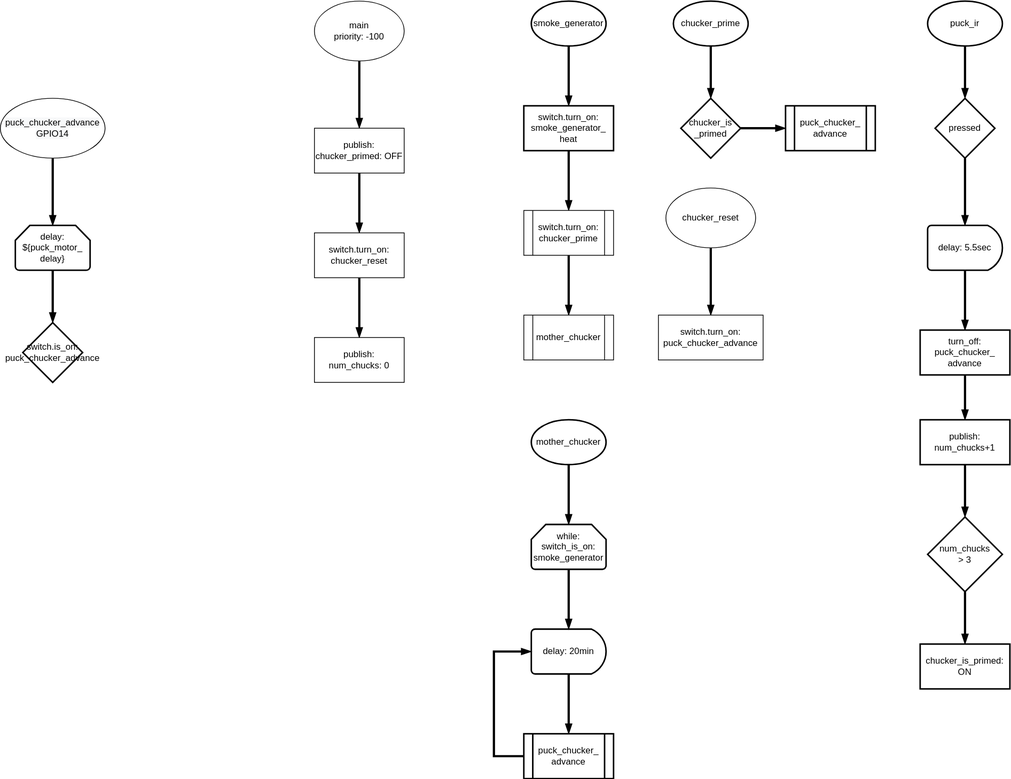
billchurch/smokemonster keeps this draw.io diagram as Bradley Smoker Controller Flow.svg. Above is the earlier version. Source tidied: cells renumbered, new cells last; positions are measured from the earlier drawing's top-left corner, leaving out a move shared by most shapes.
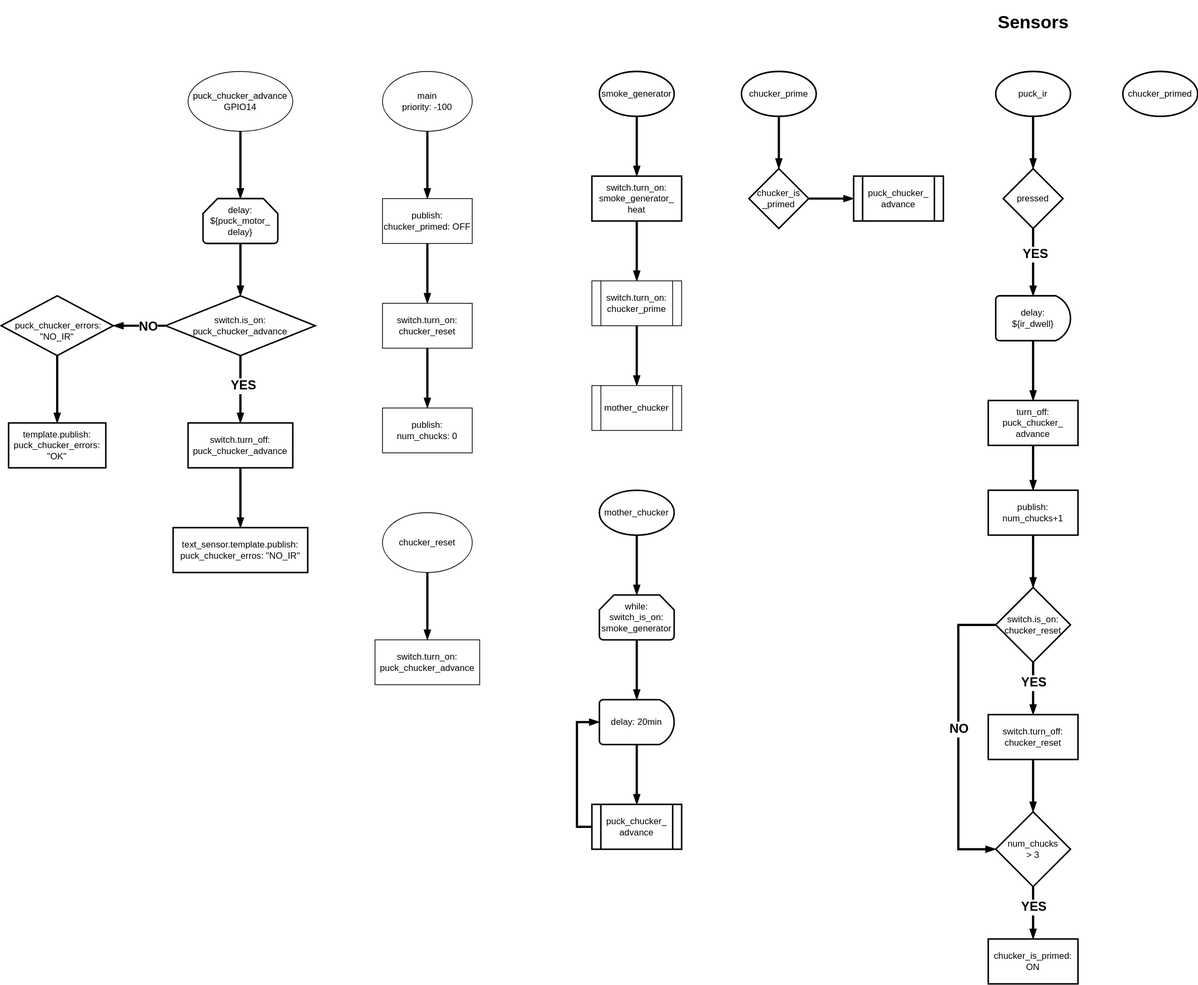
Above is the later version.

Diff of the diagram source:
```diff
@@ -26,13 +26,8 @@
     <mxCell id="9" value="delay: 20min" style="strokeWidth=2;html=1;shape=mxgraph.flowchart.delay;whiteSpace=wrap;" parent="1" vertex="1">
       <mxGeometry x="710" y="840" width="100" height="60" as="geometry" />
     </mxCell>
-    <mxCell id="10" style="edgeStyle=orthogonalEdgeStyle;rounded=0;jettySize=auto;html=1;exitX=0;exitY=0.5;exitDx=0;exitDy=0;entryX=0;entryY=0.5;entryDx=0;entryDy=0;entryPerimeter=0;strokeWidth=3;endArrow=blockThin;endFill=1;" parent="1" edge="1" source="11" target="9">
-      <mxGeometry relative="1" as="geometry">
-        <Array as="points">
-          <mxPoint x="660" y="1010" />
-          <mxPoint x="660" y="870" />
-        </Array>
-      </mxGeometry>
+    <mxCell id="10" style="edgeStyle=orthogonalEdgeStyle;rounded=0;jettySize=auto;html=1;exitX=0;exitY=0.5;exitDx=0;exitDy=0;entryX=0;entryY=0.5;entryDx=0;entryDy=0;entryPerimeter=0;endArrow=blockThin;endFill=1;strokeWidth=3;" parent="1" edge="1" source="11" target="9">
+      <mxGeometry relative="1" as="geometry" />
     </mxCell>
     <mxCell id="11" value="puck_chucker_&lt;br&gt;advance" style="shape=process;whiteSpace=wrap;html=1;backgroundOutline=1;strokeWidth=2;" parent="1" vertex="1">
       <mxGeometry x="700" y="980" width="120" height="60" as="geometry" />
@@ -61,13 +56,16 @@
     <mxCell id="19" style="edgeStyle=orthogonalEdgeStyle;rounded=0;jettySize=auto;html=1;endArrow=blockThin;endFill=1;strokeWidth=3;" parent="1" edge="1" source="20" target="22">
       <mxGeometry relative="1" as="geometry" />
     </mxCell>
+    <mxCell id="50" value="&lt;b&gt;&lt;font style=&quot;font-size: 17px&quot;&gt;YES&lt;/font&gt;&lt;/b&gt;" style="edgeLabel;html=1;align=center;verticalAlign=middle;" parent="19" vertex="1">
+      <mxGeometry x="-0.24" y="2" relative="1" as="geometry" />
+    </mxCell>
     <mxCell id="20" value="pressed" style="rhombus;whiteSpace=wrap;html=1;strokeWidth=2;" parent="1" vertex="1">
       <mxGeometry x="1250" y="130" width="80" height="80" as="geometry" />
     </mxCell>
     <mxCell id="21" style="edgeStyle=orthogonalEdgeStyle;rounded=0;jettySize=auto;html=1;endArrow=blockThin;endFill=1;strokeWidth=3;" parent="1" edge="1" source="22" target="24">
       <mxGeometry relative="1" as="geometry" />
     </mxCell>
-    <mxCell id="22" value="delay: 5.5sec" style="strokeWidth=2;html=1;shape=mxgraph.flowchart.delay;whiteSpace=wrap;" parent="1" vertex="1">
+    <mxCell id="22" value="delay:&lt;br&gt;${ir_dwell}" style="strokeWidth=2;html=1;shape=mxgraph.flowchart.delay;whiteSpace=wrap;" parent="1" vertex="1">
       <mxGeometry x="1240" y="300" width="100" height="60" as="geometry" />
     </mxCell>
     <mxCell id="23" style="edgeStyle=orthogonalEdgeStyle;rounded=0;jettySize=auto;html=1;endArrow=blockThin;endFill=1;strokeWidth=3;" parent="1" edge="1" source="24" target="26">
@@ -85,10 +83,29 @@
     <mxCell id="27" style="edgeStyle=orthogonalEdgeStyle;rounded=0;jettySize=auto;html=1;endArrow=blockThin;endFill=1;strokeWidth=3;" parent="1" edge="1" source="28" target="29">
       <mxGeometry relative="1" as="geometry" />
     </mxCell>
+    <mxCell id="51" value="&lt;b&gt;&lt;font style=&quot;font-size: 17px&quot;&gt;YES&lt;/font&gt;&lt;/b&gt;" style="edgeLabel;html=1;align=center;verticalAlign=middle;" parent="27" vertex="1">
+      <mxGeometry x="-0.23" y="-4" relative="1" as="geometry">
+        <mxPoint x="4" as="offset" />
+      </mxGeometry>
+    </mxCell>
+    <mxCell id="52" style="edgeStyle=orthogonalEdgeStyle;rounded=0;jettySize=auto;html=1;exitX=0;exitY=0.5;exitDx=0;exitDy=0;entryX=0;entryY=0.5;entryDx=0;entryDy=0;endArrow=blockThin;endFill=1;strokeWidth=3;" parent="1" edge="1" source="28" target="67">
+      <mxGeometry relative="1" as="geometry">
+        <Array as="points">
+          <mxPoint x="1190" y="740" />
+          <mxPoint x="1190" y="1040" />
+        </Array>
+      </mxGeometry>
+    </mxCell>
+    <mxCell id="53" value="&lt;b&gt;&lt;font style=&quot;font-size: 17px&quot;&gt;NO&lt;/font&gt;&lt;/b&gt;" style="edgeLabel;html=1;align=center;verticalAlign=middle;" parent="52" vertex="1">
+      <mxGeometry x="-0.06" relative="1" as="geometry" />
+    </mxCell>
-    <mxCell id="28" value="num_chucks&lt;br&gt;&amp;gt; 3" style="rhombus;whiteSpace=wrap;html=1;strokeWidth=2;" parent="1" vertex="1">
+    <mxCell id="28" value="switch.is_on:&lt;br&gt;chucker_reset" style="rhombus;whiteSpace=wrap;html=1;strokeWidth=2;" parent="1" vertex="1">
       <mxGeometry x="1240" y="690" width="100" height="100" as="geometry" />
     </mxCell>
+    <mxCell id="54" style="edgeStyle=orthogonalEdgeStyle;rounded=0;jettySize=auto;html=1;endArrow=blockThin;endFill=1;strokeWidth=3;" parent="1" edge="1" source="29" target="67">
+      <mxGeometry relative="1" as="geometry" />
+    </mxCell>
-    <mxCell id="29" value="chucker_is_primed: ON" style="whiteSpace=wrap;html=1;strokeWidth=2;" parent="1" vertex="1">
+    <mxCell id="29" value="switch.turn_off:&lt;br&gt;chucker_reset" style="whiteSpace=wrap;html=1;strokeWidth=2;" parent="1" vertex="1">
       <mxGeometry x="1230" y="860" width="120" height="60" as="geometry" />
     </mxCell>
     <mxCell id="30" style="edgeStyle=orthogonalEdgeStyle;rounded=0;jettySize=auto;html=1;endArrow=blockThin;endFill=1;strokeWidth=3;" parent="1" edge="1" source="31" target="33">
@@ -131,25 +148,75 @@
       <mxGeometry relative="1" as="geometry" />
     </mxCell>
     <mxCell id="43" value="chucker_reset" style="ellipse;whiteSpace=wrap;html=1;" parent="1" vertex="1">
-      <mxGeometry x="890" y="250" width="120" height="80" as="geometry" />
+      <mxGeometry x="420" y="590" width="120" height="80" as="geometry" />
     </mxCell>
     <mxCell id="44" value="switch.turn_on:&lt;br&gt;puck_chucker_advance" style="whiteSpace=wrap;html=1;" parent="1" vertex="1">
-      <mxGeometry x="880" y="420" width="140" height="60" as="geometry" />
+      <mxGeometry x="410" y="760" width="140" height="60" as="geometry" />
     </mxCell>
     <mxCell id="45" style="edgeStyle=orthogonalEdgeStyle;rounded=0;jettySize=auto;html=1;endArrow=blockThin;endFill=1;strokeWidth=3;" parent="1" edge="1" source="46" target="48">
       <mxGeometry relative="1" as="geometry" />
     </mxCell>
     <mxCell id="46" value="&lt;span style=&quot;color: rgb(0 , 0 , 0) ; font-family: &amp;#34;helvetica&amp;#34; ; font-size: 12px ; font-style: normal ; font-weight: 400 ; letter-spacing: normal ; text-align: center ; text-indent: 0px ; text-transform: none ; word-spacing: 0px ; background-color: rgb(248 , 249 , 250) ; display: inline ; float: none&quot;&gt;puck_chucker_advance&lt;br&gt;GPIO14&lt;br&gt;&lt;/span&gt;" style="ellipse;whiteSpace=wrap;html=1;" parent="1" vertex="1">
-      <mxGeometry y="130" width="140" height="80" as="geometry" />
+      <mxGeometry x="160" width="140" height="80" as="geometry" />
     </mxCell>
     <mxCell id="47" style="edgeStyle=orthogonalEdgeStyle;rounded=0;jettySize=auto;html=1;endArrow=blockThin;endFill=1;strokeWidth=3;" parent="1" edge="1" source="48" target="49">
       <mxGeometry relative="1" as="geometry" />
     </mxCell>
     <mxCell id="48" value="delay: ${puck_motor_&lt;br&gt;delay}" style="strokeWidth=2;html=1;shape=mxgraph.flowchart.loop_limit;whiteSpace=wrap;" parent="1" vertex="1">
-      <mxGeometry x="20" y="300" width="100" height="60" as="geometry" />
+      <mxGeometry x="180" y="170" width="100" height="60" as="geometry" />
     </mxCell>
+    <mxCell id="55" style="edgeStyle=orthogonalEdgeStyle;rounded=0;jettySize=auto;html=1;endArrow=blockThin;endFill=1;strokeWidth=3;" parent="1" edge="1" source="49" target="60">
+      <mxGeometry relative="1" as="geometry" />
+    </mxCell>
+    <mxCell id="56" value="&lt;b&gt;&lt;font style=&quot;font-size: 17px&quot;&gt;YES&lt;/font&gt;&lt;/b&gt;" style="edgeLabel;html=1;align=center;verticalAlign=middle;" parent="55" vertex="1">
+      <mxGeometry x="-0.11" y="3" relative="1" as="geometry" />
+    </mxCell>
+    <mxCell id="57" style="edgeStyle=orthogonalEdgeStyle;rounded=0;jettySize=auto;html=1;endArrow=blockThin;endFill=1;strokeWidth=3;" parent="1" edge="1" source="49" target="63">
+      <mxGeometry relative="1" as="geometry" />
+    </mxCell>
+    <mxCell id="58" value="&lt;b&gt;&lt;font style=&quot;font-size: 17px&quot;&gt;NO&lt;/font&gt;&lt;/b&gt;" style="edgeLabel;html=1;align=center;verticalAlign=middle;" parent="57" vertex="1">
+      <mxGeometry x="-0.31" y="1" relative="1" as="geometry" />
+    </mxCell>
     <mxCell id="49" value="switch.is_on:&lt;br&gt;puck_chucker_advance" style="rhombus;whiteSpace=wrap;html=1;strokeWidth=2;" parent="1" vertex="1">
-      <mxGeometry x="30" y="430" width="80" height="80" as="geometry" />
+      <mxGeometry x="130" y="300" width="200" height="80" as="geometry" />
     </mxCell>
+    <mxCell id="59" style="edgeStyle=orthogonalEdgeStyle;rounded=0;jettySize=auto;html=1;endArrow=blockThin;endFill=1;strokeWidth=3;" parent="1" edge="1" source="60" target="61">
+      <mxGeometry relative="1" as="geometry" />
+    </mxCell>
+    <mxCell id="60" value="&lt;div&gt;switch.turn_off:&lt;br&gt;puck_chucker_advance&lt;/div&gt;" style="whiteSpace=wrap;html=1;strokeWidth=2;" parent="1" vertex="1">
+      <mxGeometry x="160" y="470" width="140" height="60" as="geometry" />
+    </mxCell>
+    <mxCell id="61" value="&lt;div&gt;&lt;span&gt;text_sensor.template.publish:&lt;/span&gt;&lt;br&gt;&lt;/div&gt;&lt;div&gt;puck_chucker_erros:&amp;nbsp;&lt;span&gt;&quot;NO_IR&quot;&lt;/span&gt;&lt;/div&gt;" style="whiteSpace=wrap;html=1;strokeWidth=2;" parent="1" vertex="1">
+      <mxGeometry x="140" y="610" width="180" height="60" as="geometry" />
+    </mxCell>
+    <mxCell id="62" style="edgeStyle=orthogonalEdgeStyle;rounded=0;jettySize=auto;html=1;endArrow=blockThin;endFill=1;strokeWidth=3;" parent="1" edge="1" source="63" target="64">
+      <mxGeometry relative="1" as="geometry" />
+    </mxCell>
+    <mxCell id="63" value="&lt;div&gt;&amp;nbsp; &amp;nbsp; &amp;nbsp; &amp;nbsp; &amp;nbsp; &amp;nbsp; &amp;nbsp; &amp;nbsp; &amp;nbsp; &amp;nbsp; &amp;nbsp; &amp;nbsp;puck_chucker_errors:&lt;br&gt;&lt;span&gt;&quot;NO_IR&quot;&lt;/span&gt;&lt;/div&gt;" style="rhombus;whiteSpace=wrap;html=1;strokeWidth=2;" parent="1" vertex="1">
+      <mxGeometry x="-90" y="300" width="150" height="80" as="geometry" />
+    </mxCell>
+    <mxCell id="64" value="&lt;div&gt;template.publish:&lt;/div&gt;&lt;div&gt;puck_chucker_errors:&lt;br&gt;&lt;span&gt;&quot;OK&quot;&lt;/span&gt;&lt;/div&gt;" style="whiteSpace=wrap;html=1;strokeWidth=2;" parent="1" vertex="1">
+      <mxGeometry x="-80" y="470" width="130" height="60" as="geometry" />
+    </mxCell>
+    <mxCell id="65" style="edgeStyle=orthogonalEdgeStyle;rounded=0;jettySize=auto;html=1;endArrow=blockThin;endFill=1;strokeWidth=3;" parent="1" edge="1" source="67" target="68">
+      <mxGeometry relative="1" as="geometry" />
+    </mxCell>
+    <mxCell id="66" value="&lt;b&gt;&lt;font style=&quot;font-size: 17px&quot;&gt;YES&lt;/font&gt;&lt;/b&gt;" style="edgeLabel;html=1;align=center;verticalAlign=middle;" parent="65" vertex="1">
+      <mxGeometry x="-0.23" y="-4" relative="1" as="geometry">
+        <mxPoint x="4" as="offset" />
+      </mxGeometry>
+    </mxCell>
+    <mxCell id="67" value="num_chucks&lt;br&gt;&amp;gt; 3" style="rhombus;whiteSpace=wrap;html=1;strokeWidth=2;" parent="1" vertex="1">
+      <mxGeometry x="1240" y="990" width="100" height="100" as="geometry" />
+    </mxCell>
+    <mxCell id="68" value="chucker_is_primed: ON" style="whiteSpace=wrap;html=1;strokeWidth=2;" parent="1" vertex="1">
+      <mxGeometry x="1230" y="1160" width="120" height="60" as="geometry" />
+    </mxCell>
+    <mxCell id="69" value="&lt;h1&gt;&lt;b&gt;Sensors&lt;/b&gt;&lt;/h1&gt;" style="text;html=1;align=center;verticalAlign=middle;" parent="1" vertex="1">
+      <mxGeometry x="1235" y="-90" width="110" height="50" as="geometry" />
+    </mxCell>
+    <mxCell id="70" value="chucker_primed" style="strokeWidth=2;html=1;shape=mxgraph.flowchart.start_1;whiteSpace=wrap;" parent="1" vertex="1">
+      <mxGeometry x="1410" width="100" height="60" as="geometry" />
+    </mxCell>
   </root>
 </mxGraphModel>
```
